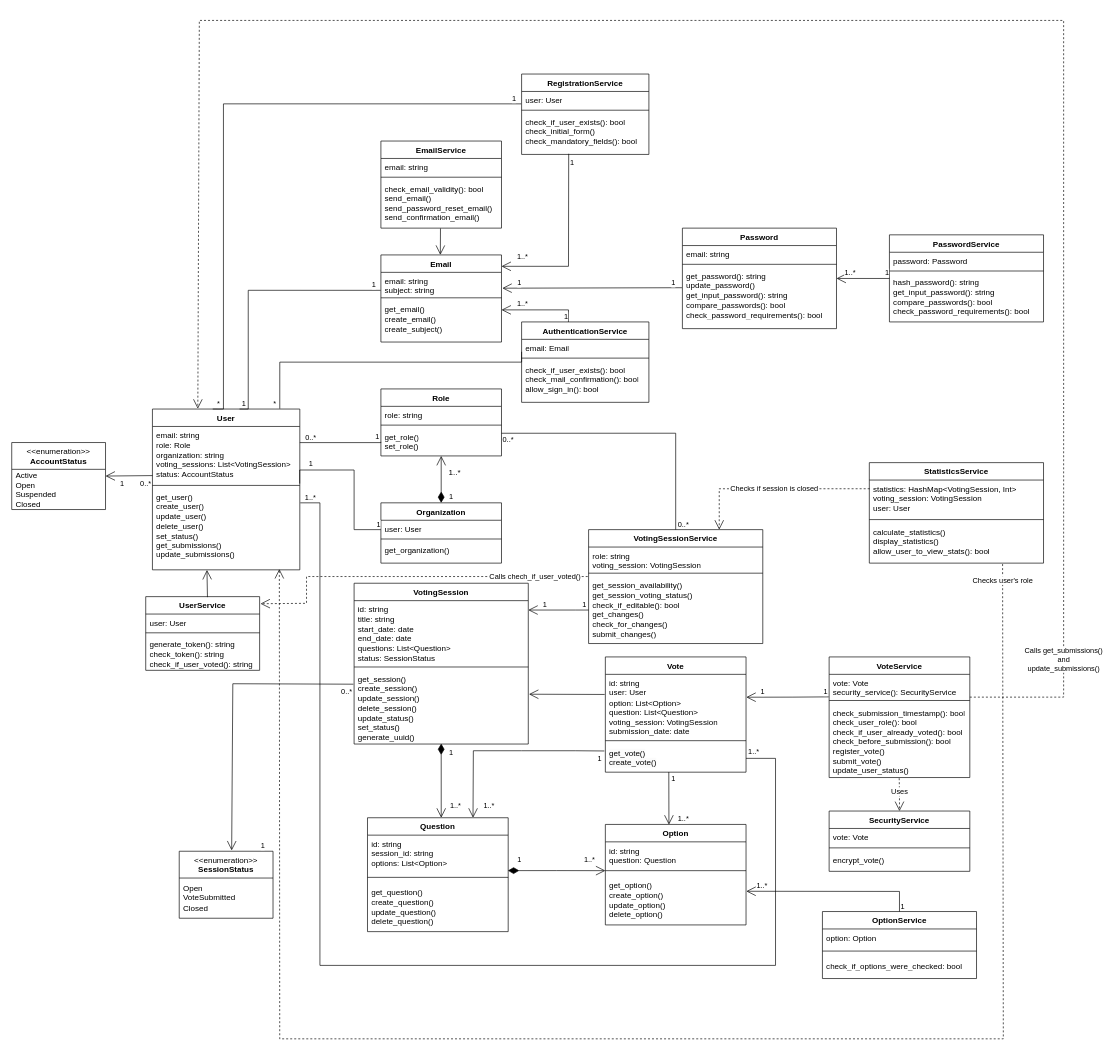
Before: page "C4/UML" (4 of 4) of API diagram.drawio in adinaned/Proiect-Disertatie, a draw.io diagram. Source tidied: cells renumbered, new cells numbered last; positions are measured from the earlier drawing's top-left corner, leaving out a move shared by most shapes. Both pictures are drawn from the tidied source at 67%, with x=0, y=0 at pixel (11, 20).
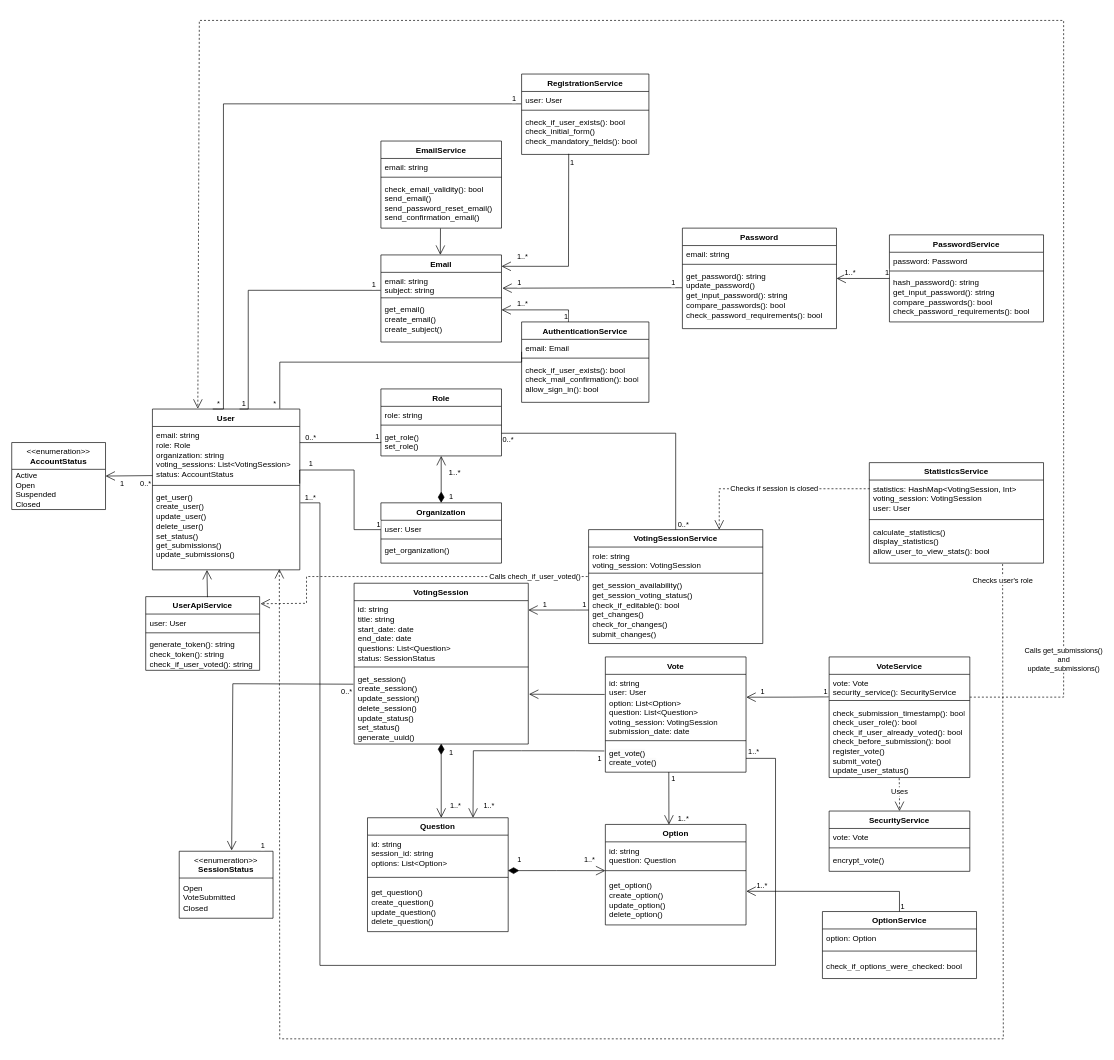
The same diagram, later.

What changed in the source:
```diff
@@
-    <mxCell id="119" value="UserService" style="swimlane;fontStyle=1;align=center;verticalAlign=top;horizontal=1;startSize=26;whiteSpace=wrap;html=1;" parent="1" vertex="1">
+    <mxCell id="119" value="UserApiService" style="swimlane;fontStyle=1;align=center;verticalAlign=top;horizontal=1;startSize=26;whiteSpace=wrap;html=1;" parent="1" vertex="1">
       <mxGeometry x="200" y="860" width="170" height="110" as="geometry" />
     </mxCell>
```
